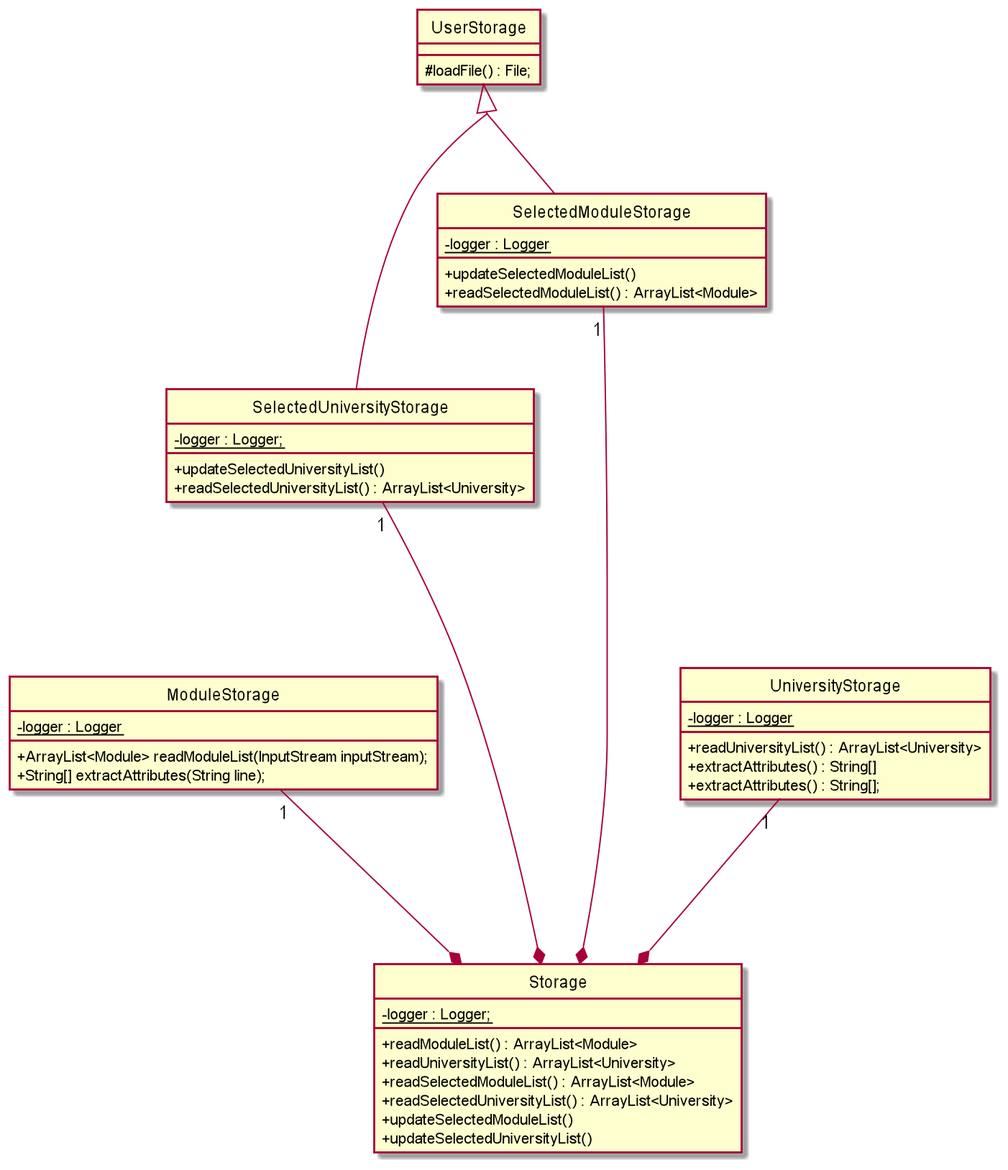
nus-cs2113-AY2122S1/tp keeps this PlantUML diagram as docs/images/storage.png. Above is the earlier version.
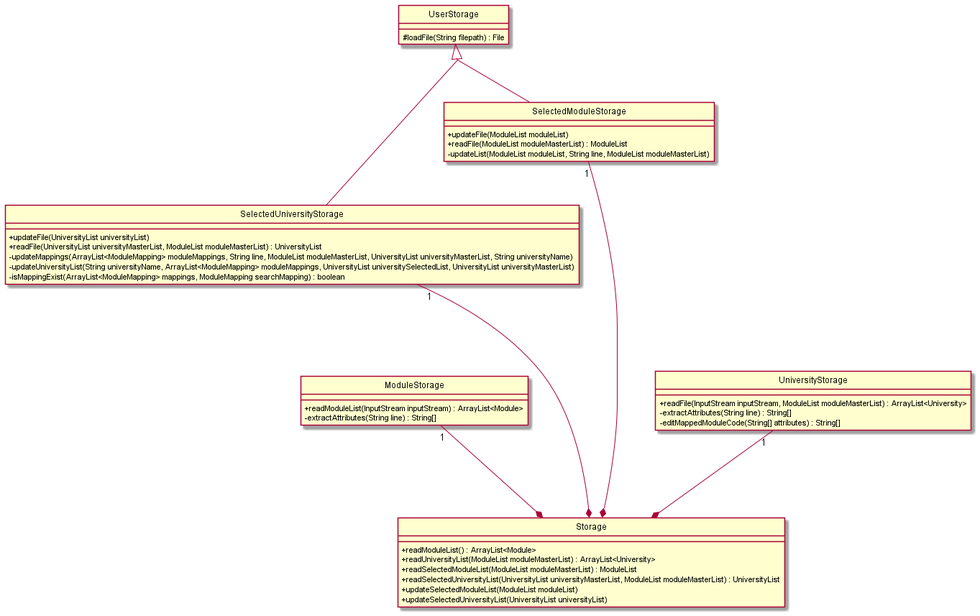
Above is the later version.

Diff of the diagram source:
```diff
@@ -4,40 +4,38 @@
 skinparam groupInheritance 2
 
 ModuleStorage "1" ---* Storage
-    ModuleStorage : - {static} logger : Logger
-
-    ModuleStorage : + ArrayList<Module> readModuleList(InputStream inputStream);
-    ModuleStorage : + String[] extractAttributes(String line);
+    ModuleStorage : + readModuleList(InputStream inputStream) : ArrayList<Module>
+    ModuleStorage : - extractAttributes(String line) : String[]
 
 UserStorage <|-- SelectedUniversityStorage
 SelectedUniversityStorage "1" -----* Storage
-    SelectedUniversityStorage : - {static} logger : Logger;
-    SelectedUniversityStorage : + updateSelectedUniversityList()
-    SelectedUniversityStorage : + readSelectedUniversityList() : ArrayList<University>
+    SelectedUniversityStorage : + updateFile(UniversityList universityList)
+    SelectedUniversityStorage : + readFile(UniversityList universityMasterList, ModuleList moduleMasterList) : UniversityList
+    SelectedUniversityStorage : - updateMappings(ArrayList<ModuleMapping> moduleMappings, String line, ModuleList moduleMasterList, UniversityList universityMasterList, String universityName)
+    SelectedUniversityStorage : - updateUniversityList(String universityName, ArrayList<ModuleMapping> moduleMappings, UniversityList universitySelectedList, UniversityList universityMasterList)
+    SelectedUniversityStorage : - isMappingExist(ArrayList<ModuleMapping> mappings, ModuleMapping searchMapping) : boolean
 
 UserStorage <|-- SelectedModuleStorage
 SelectedModuleStorage "1" ------* Storage
-     SelectedModuleStorage : - {static} logger : Logger
-     SelectedModuleStorage : + updateSelectedModuleList()
-     SelectedModuleStorage : + readSelectedModuleList() : ArrayList<Module>
+     SelectedModuleStorage : + updateFile(ModuleList moduleList)
+     SelectedModuleStorage : + readFile(ModuleList moduleMasterList) : ModuleList
+     SelectedModuleStorage : - updateList(ModuleList moduleList, String line, ModuleList moduleMasterList)
 
 UniversityStorage "1" ---* Storage
-    UniversityStorage : - {static} logger : Logger
-    UniversityStorage : + readUniversityList() : ArrayList<University>
-    UniversityStorage : + extractAttributes() : String[]
-    UniversityStorage : + extractAttributes() : String[];
+    UniversityStorage : + readFile(InputStream inputStream, ModuleList moduleMasterList) : ArrayList<University>
+    UniversityStorage : - extractAttributes(String line) : String[]
+    UniversityStorage : - editMappedModuleCode(String[] attributes) : String[]
 
 class UserStorage {
-    # loadFile() : File;
+    # loadFile(String filepath) : File
 }
+
 class Storage {
-    - {static} logger : Logger;
-
     + readModuleList() : ArrayList<Module>
-    + readUniversityList() : ArrayList<University>
-    + readSelectedModuleList() : ArrayList<Module>
-    + readSelectedUniversityList() : ArrayList<University>
-    + updateSelectedModuleList()
-    + updateSelectedUniversityList()
+    + readUniversityList(ModuleList moduleMasterList) : ArrayList<University>
+    + readSelectedModuleList(ModuleList moduleMasterList) : ModuleList
+    + readSelectedUniversityList(UniversityList universityMasterList, ModuleList moduleMasterList) : UniversityList
+    + updateSelectedModuleList(ModuleList moduleList)
+    + updateSelectedUniversityList(UniversityList universityList)
 }
 @enduml
```
